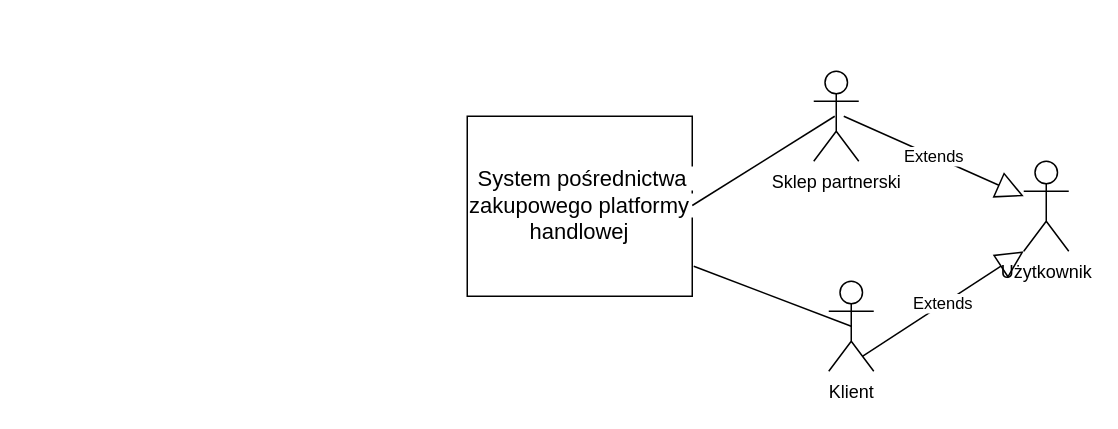
Earlier version of the draw.io diagram DPU/Diagram bez tytułu.drawio (Tarik-Alaiwi-dev/psi). Source tidied: cells renumbered, new cells numbered last; positions are measured from the earlier drawing's top-left corner, leaving out a move shared by most shapes. Both pictures are drawn from the tidied source at 150%, with x=0, y=0 at pixel (466, 70).
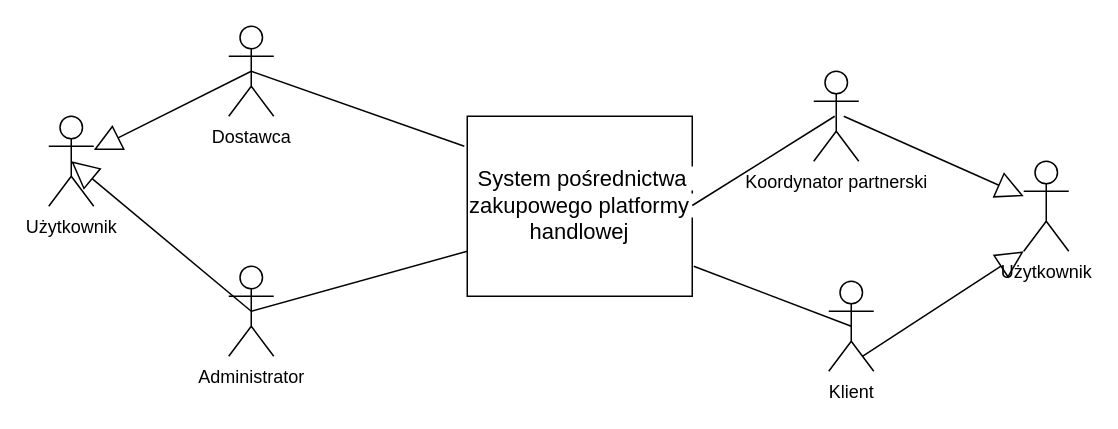
The same diagram, later.

What changed in the source:
```diff
@@
 <mxGraphModel>
   <root>
     <mxCell id="0" />
     <mxCell id="1" parent="0" />
     <mxCell id="2" value="&lt;span style=&quot;-webkit-user-drag: none; -webkit-tap-highlight-color: transparent; margin: 0px; padding: 0px; user-select: text; font-family: Calibri, Calibri_EmbeddedFont, Calibri_MSFontService, sans-serif; font-size: 14.6667px; font-variant-ligatures: none; text-align: left; white-space-collapse: preserve; background-color: rgb(255, 255, 255);&quot; class=&quot;NormalTextRun SCXW131485876 BCX0&quot;&gt; System&lt;/span&gt;&lt;span style=&quot;-webkit-user-drag: none; -webkit-tap-highlight-color: transparent; margin: 0px; padding: 0px; user-select: text; font-family: Calibri, Calibri_EmbeddedFont, Calibri_MSFontService, sans-serif; font-size: 14.6667px; font-variant-ligatures: none; text-align: left; white-space-collapse: preserve; background-color: rgb(255, 255, 255);&quot; class=&quot;NormalTextRun SCXW131485876 BCX0&quot;&gt; pośrednictwa zakupowego&lt;/span&gt;&lt;span style=&quot;-webkit-user-drag: none; -webkit-tap-highlight-color: transparent; margin: 0px; padding: 0px; user-select: text; font-family: Calibri, Calibri_EmbeddedFont, Calibri_MSFontService, sans-serif; font-size: 14.6667px; font-variant-ligatures: none; text-align: left; white-space-collapse: preserve; background-color: rgb(255, 255, 255);&quot; class=&quot;NormalTextRun SCXW131485876 BCX0&quot;&gt; platformy handlowej&lt;/span&gt;" style="rounded=0;whiteSpace=wrap;html=1;" parent="1" vertex="1">
       <mxGeometry y="30" width="150" height="120" as="geometry" />
     </mxCell>
-    <mxCell id="3" value="Sklep partnerski" style="shape=umlActor;verticalLabelPosition=bottom;verticalAlign=top;html=1;" parent="1" vertex="1">
+    <mxCell id="3" value="Koordynator partnerski" style="shape=umlActor;verticalLabelPosition=bottom;verticalAlign=top;html=1;" parent="1" vertex="1">
       <mxGeometry x="231" width="30" height="60" as="geometry" />
     </mxCell>
     <mxCell id="4" style="endArrow=none;html=1;rounded=0;entryX=0.5;entryY=0.5;entryDx=0;entryDy=0;entryPerimeter=0;" parent="1" edge="1">
       <mxGeometry relative="1" as="geometry">
         <mxPoint x="150" y="89.5" as="sourcePoint" />
         <mxPoint x="245" y="30" as="targetPoint" />
       </mxGeometry>
     </mxCell>
+    <mxCell id="10" value="Dostawca" style="shape=umlActor;verticalLabelPosition=bottom;verticalAlign=top;html=1;outlineConnect=0;" parent="1" vertex="1">
+      <mxGeometry x="-159" y="-30" width="30" height="60" as="geometry" />
+    </mxCell>
-    <mxCell id="5" value="Extends" style="endArrow=block;endSize=16;endFill=0;html=1;rounded=0;" parent="1" edge="1" target="6">
+    <mxCell id="5" style="endArrow=block;endSize=16;endFill=0;html=1;rounded=0;" parent="1" edge="1" target="6">
       <mxGeometry relative="1" as="geometry">
         <mxPoint x="251" y="30" as="sourcePoint" />
       </mxGeometry>
     </mxCell>
+    <mxCell id="11" value="Administrator" style="shape=umlActor;verticalLabelPosition=bottom;verticalAlign=top;html=1;outlineConnect=0;" parent="1" vertex="1">
+      <mxGeometry x="-159" y="130" width="30" height="60" as="geometry" />
+    </mxCell>
     <mxCell id="6" value="Użytkownik" style="shape=umlActor;verticalLabelPosition=bottom;verticalAlign=top;html=1;" parent="1" vertex="1">
       <mxGeometry x="371" y="60" width="30" height="60" as="geometry" />
     </mxCell>
+    <mxCell id="12" style="endArrow=none;html=1;rounded=0;exitX=0.5;exitY=0.5;exitDx=0;exitDy=0;exitPerimeter=0;entryX=-0.013;entryY=0.167;entryDx=0;entryDy=0;entryPerimeter=0;" parent="1" edge="1" source="10" target="2">
+      <mxGeometry relative="1" as="geometry" />
+    </mxCell>
     <mxCell id="7" value="Klient" style="shape=umlActor;verticalLabelPosition=bottom;verticalAlign=top;html=1;" parent="1" vertex="1">
       <mxGeometry x="241" y="140" width="30" height="60" as="geometry" />
     </mxCell>
+    <mxCell id="13" style="endArrow=none;html=1;rounded=0;exitX=0.5;exitY=0.5;exitDx=0;exitDy=0;exitPerimeter=0;entryX=0;entryY=0.75;entryDx=0;entryDy=0;" parent="1" edge="1" source="11" target="2">
+      <mxGeometry relative="1" as="geometry" />
+    </mxCell>
     <mxCell id="8" style="endArrow=none;html=1;rounded=0;entryX=0.5;entryY=0.5;entryDx=0;entryDy=0;entryPerimeter=0;" parent="1" edge="1" target="7">
       <mxGeometry relative="1" as="geometry">
         <mxPoint x="151" y="130" as="sourcePoint" />
       </mxGeometry>
     </mxCell>
+    <mxCell id="14" value="Użytkownik" style="shape=umlActor;verticalLabelPosition=bottom;verticalAlign=top;html=1;outlineConnect=0;" parent="1" vertex="1">
+      <mxGeometry x="-279" y="30" width="30" height="60" as="geometry" />
+    </mxCell>
-    <mxCell id="9" value="Extends" style="endArrow=block;endSize=16;endFill=0;html=1;rounded=0;entryX=0;entryY=1;entryDx=0;entryDy=0;entryPerimeter=0;exitX=0.748;exitY=0.835;exitDx=0;exitDy=0;exitPerimeter=0;" parent="1" edge="1" source="7" target="6">
+    <mxCell id="9" style="endArrow=block;endSize=16;endFill=0;html=1;rounded=0;entryX=0;entryY=1;entryDx=0;entryDy=0;entryPerimeter=0;exitX=0.748;exitY=0.835;exitDx=0;exitDy=0;exitPerimeter=0;" parent="1" edge="1" source="7" target="6">
       <mxGeometry relative="1" as="geometry" />
     </mxCell>
+    <mxCell id="15" style="endArrow=block;endSize=16;endFill=0;html=1;rounded=0;exitX=0.5;exitY=0.5;exitDx=0;exitDy=0;exitPerimeter=0;entryX=0.5;entryY=0.5;entryDx=0;entryDy=0;entryPerimeter=0;" parent="1" edge="1" source="11" target="14">
+      <mxGeometry relative="1" as="geometry" />
+    </mxCell>
+    <mxCell id="16" style="endArrow=block;endSize=16;endFill=0;html=1;rounded=0;exitX=0.5;exitY=0.5;exitDx=0;exitDy=0;exitPerimeter=0;" parent="1" edge="1" source="10" target="14">
+      <mxGeometry relative="1" as="geometry" />
+    </mxCell>
   </root>
 </mxGraphModel>
```
